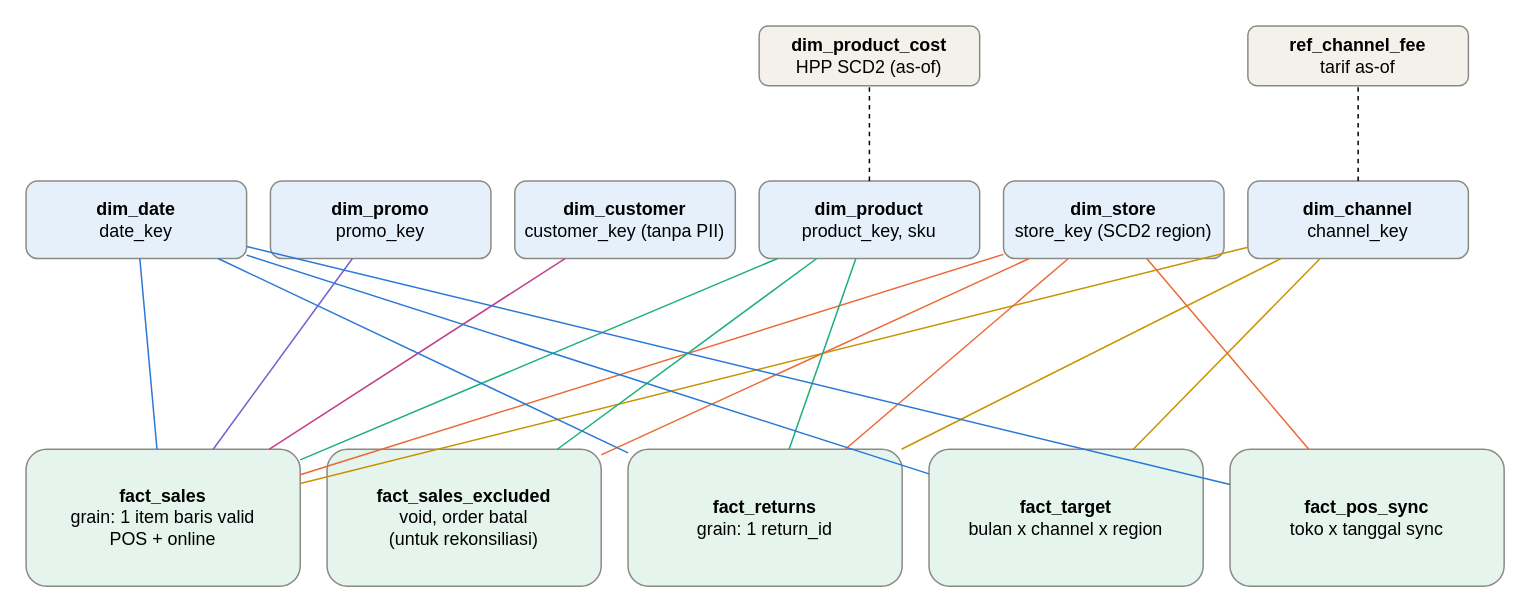
This is reports/img/star_schema.drawio from titan2903/kirana-omnichannel-performance-intelligence, a draw.io file, before an edit. Source tidied: cells renumbered, new cells numbered last; positions are measured from the earlier drawing's top-left corner, leaving out a move shared by most shapes. Both pictures are drawn from the tidied source at 149%, with x=0, y=0 at pixel (25, 25).
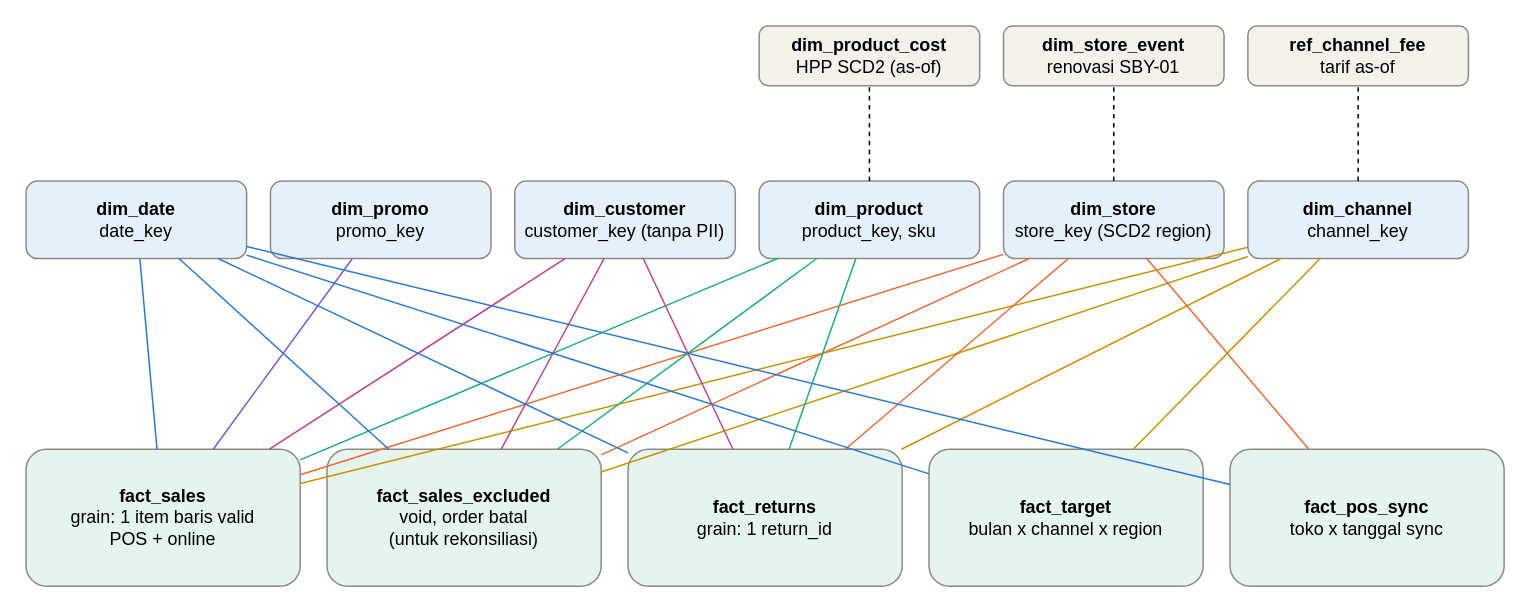
After the change.

Commit message (it also covers changes not shown here):
Update star schema diagram and related Python script to include new dimension for store events

Unchanged cells that the change refers to:
```xml
<mxCell id="2" value="&lt;b&gt;dim_date&lt;/b&gt;&lt;br&gt;date_key" style="rounded=1;whiteSpace=wrap;html=1;fillColor=#e6f0fb;strokeColor=#8a8a85;" parent="1" vertex="1">
  <mxGeometry y="104" width="148" height="52" as="geometry" />
</mxCell>
<mxCell id="4" value="&lt;b&gt;dim_customer&lt;/b&gt;&lt;br&gt;customer_key (tanpa PII)" style="rounded=1;whiteSpace=wrap;html=1;fillColor=#e6f0fb;strokeColor=#8a8a85;" parent="1" vertex="1">
  <mxGeometry x="328" y="104" width="148" height="52" as="geometry" />
</mxCell>
<mxCell id="5" value="&lt;b&gt;dim_product&lt;/b&gt;&lt;br&gt;product_key, sku" style="rounded=1;whiteSpace=wrap;html=1;fillColor=#e6f0fb;strokeColor=#8a8a85;" parent="1" vertex="1">
  <mxGeometry x="492" y="104" width="148" height="52" as="geometry" />
</mxCell>
<mxCell id="6" value="&lt;b&gt;dim_store&lt;/b&gt;&lt;br&gt;store_key (SCD2 region)" style="rounded=1;whiteSpace=wrap;html=1;fillColor=#e6f0fb;strokeColor=#8a8a85;" parent="1" vertex="1">
  <mxGeometry x="656" y="104" width="148" height="52" as="geometry" />
</mxCell>
<mxCell id="7" value="&lt;b&gt;dim_channel&lt;/b&gt;&lt;br&gt;channel_key" style="rounded=1;whiteSpace=wrap;html=1;fillColor=#e6f0fb;strokeColor=#8a8a85;" parent="1" vertex="1">
  <mxGeometry x="820" y="104" width="148" height="52" as="geometry" />
</mxCell>
<mxCell id="11" value="&lt;b&gt;fact_sales_excluded&lt;/b&gt;&lt;br&gt;void, order batal&lt;br&gt;(untuk rekonsiliasi)" style="rounded=1;whiteSpace=wrap;html=1;fillColor=#e5f4ec;strokeColor=#8a8a85;" parent="1" vertex="1">
  <mxGeometry x="202" y="284" width="184" height="92" as="geometry" />
</mxCell>
<mxCell id="12" value="&lt;b&gt;fact_returns&lt;/b&gt;&lt;br&gt;grain: 1 return_id" style="rounded=1;whiteSpace=wrap;html=1;fillColor=#e5f4ec;strokeColor=#8a8a85;" parent="1" vertex="1">
  <mxGeometry x="404" y="284" width="184" height="92" as="geometry" />
</mxCell>
```

Diff of the diagram source:
```diff
@@
+    <mxCell id="33" value="&lt;b&gt;dim_store_event&lt;/b&gt;&lt;br&gt;renovasi SBY-01" style="rounded=1;whiteSpace=wrap;html=1;fillColor=#f3f1ea;strokeColor=#8a8a85;" parent="1" vertex="1">
+      <mxGeometry x="656" width="148" height="40" as="geometry" />
+    </mxCell>
@@
+    <mxCell id="34" style="endArrow=none;html=1;dashed=1;" parent="1" edge="1" source="6" target="33">
+      <mxGeometry relative="1" as="geometry" />
+    </mxCell>
@@
+    <mxCell id="35" style="endArrow=none;html=1;strokeColor=#2a78d6;" parent="1" edge="1" source="2" target="11">
+      <mxGeometry relative="1" as="geometry" />
+    </mxCell>
+    <mxCell id="24" style="endArrow=none;html=1;strokeColor=#1baf7a;" parent="1" edge="1" source="5" target="11">
+      <mxGeometry relative="1" as="geometry" />
+    </mxCell>
@@
-    <mxCell id="24" style="endArrow=none;html=1;strokeColor=#1baf7a;" parent="1" edge="1" source="5" target="11">
-      <mxGeometry relative="1" as="geometry" />
-    </mxCell>
+    <mxCell id="36" style="endArrow=none;html=1;strokeColor=#c89200;" parent="1" edge="1" source="7" target="11">
+      <mxGeometry relative="1" as="geometry" />
+    </mxCell>
+    <mxCell id="37" style="endArrow=none;html=1;strokeColor=#c0408a;" parent="1" edge="1" source="4" target="11">
+      <mxGeometry relative="1" as="geometry" />
+    </mxCell>
@@
+    <mxCell id="38" style="endArrow=none;html=1;strokeColor=#c0408a;" parent="1" edge="1" source="4" target="12">
+      <mxGeometry relative="1" as="geometry" />
+    </mxCell>
```
